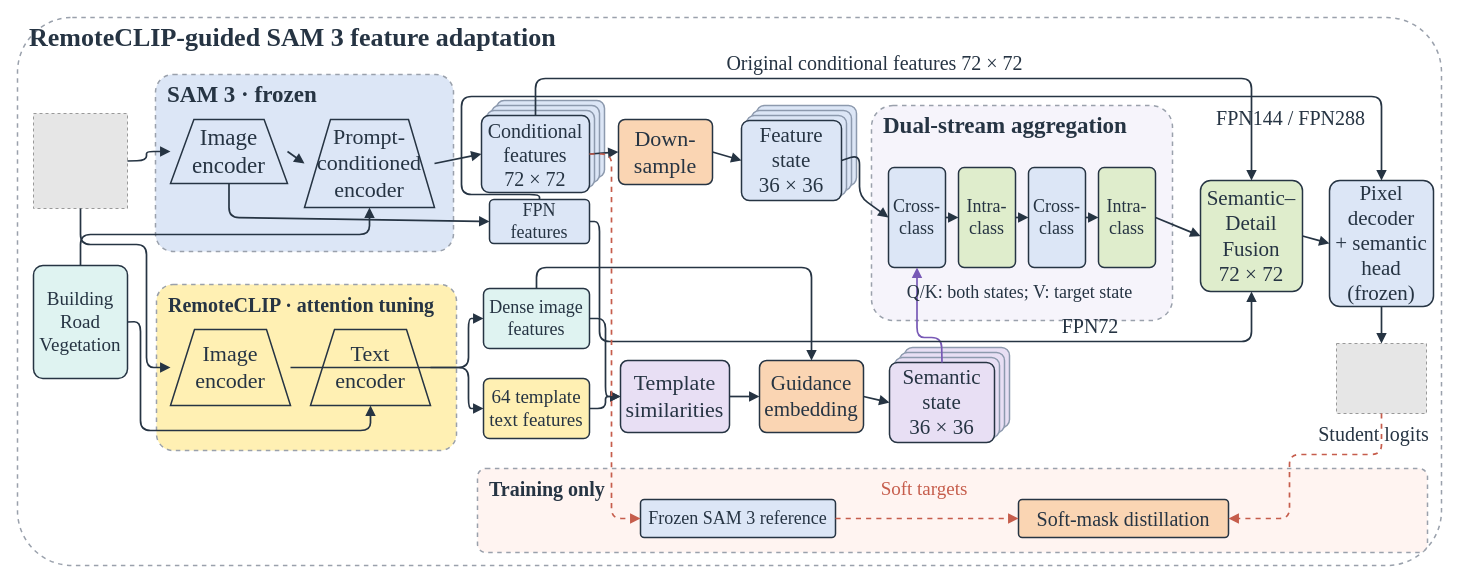
This is paper/figures/src/overview.drawio from jk-jin/ovrs-sam3, a draw.io file, before an edit. Source tidied: cells renumbered, new cells numbered last; positions are measured from the earlier drawing's top-left corner, leaving out a move shared by most shapes. Both pictures are drawn from the tidied source at 100%, with x=0, y=0 at pixel (17, 17). Pictures stored in the file or linked from it are replaced by grey dashed boxes.
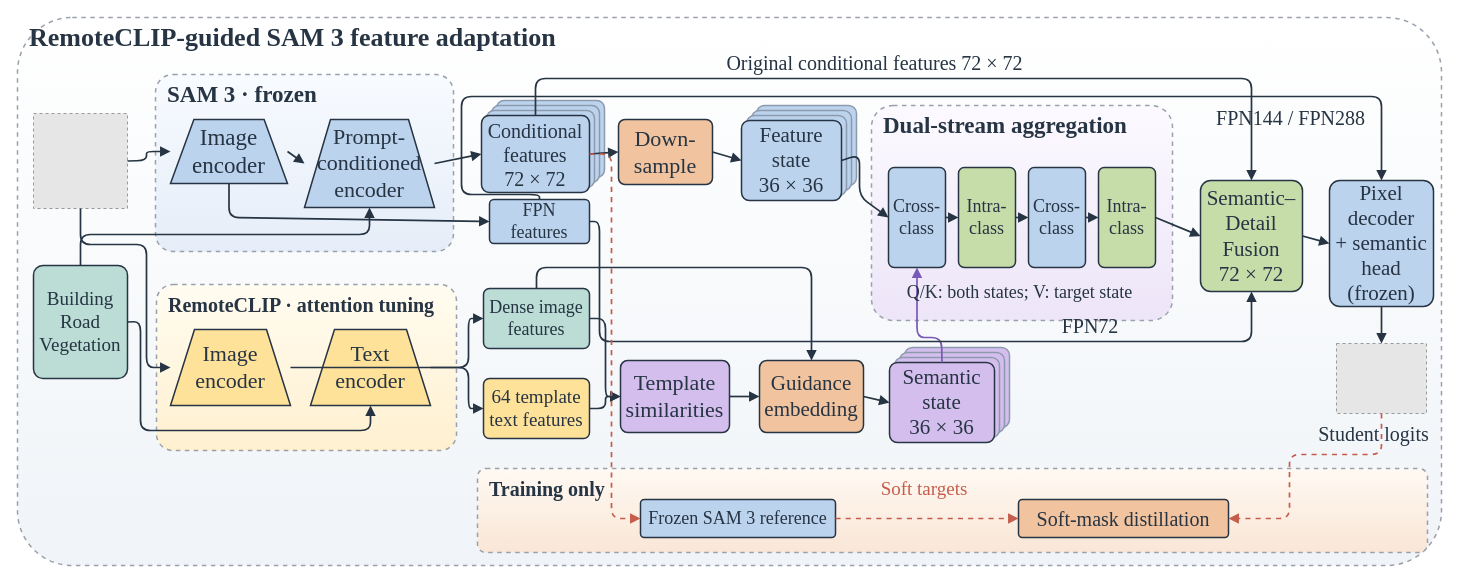
After the change.

The change refers to these unchanged cells:
```xml
<mxCell id="16" style="group;" parent="1" vertex="1">
  <mxGeometry x="464" y="83" width="123" height="92" as="geometry" />
</mxCell>
<mxCell id="25" style="group;" parent="1" vertex="1">
  <mxGeometry x="724" y="88" width="115" height="95" as="geometry" />
</mxCell>
<mxCell id="55" style="group;" parent="1" vertex="1">
  <mxGeometry x="872" y="330" width="120" height="95" as="geometry" />
</mxCell>
```

Diff of the diagram source:
```diff
@@
-    <mxCell id="2" style="rounded=1;arcSize=10;html=0;fillColor=#FFFFFF;strokeColor=#9AA1AC;strokeWidth=1.5;dashed=1;" parent="1" vertex="1">
+    <mxCell id="2" style="rounded=1;arcSize=10;html=0;fillColor=#FFFFFF;strokeColor=#9AA1AC;strokeWidth=1.5;dashed=1;gradientColor=#F0F4F8;gradientDirection=south;" parent="1" vertex="1">
       <mxGeometry width="1424" height="548" as="geometry" />
     </mxCell>
@@
-    <mxCell id="5" style="rounded=1;arcSize=10;html=0;fillColor=#DFF3F1;strokeColor=#263443;strokeWidth=1.5;dashed=0;" parent="1" vertex="1">
+    <mxCell id="5" style="rounded=1;arcSize=10;html=0;fillColor=#BBDDD6;strokeColor=#263443;strokeWidth=1.5;dashed=0;" parent="1" vertex="1">
       <mxGeometry x="16" y="248" width="94" height="113" as="geometry" />
     </mxCell>
@@
-    <mxCell id="7" style="rounded=1;arcSize=10;html=0;fillColor=#DCE6F6;strokeColor=#9AA1AC;strokeWidth=1.5;dashed=1;" parent="1" vertex="1">
+    <mxCell id="7" style="rounded=1;arcSize=10;html=0;fillColor=#F8FBFF;strokeColor=#9AA1AC;strokeWidth=1.5;dashed=1;gradientColor=#E5EDF8;gradientDirection=south;" parent="1" vertex="1">
       <mxGeometry x="138" y="57" width="298" height="177" as="geometry" />
     </mxCell>
@@
-    <mxCell id="9" style="shape=trapezoid;direction=east;html=0;fillColor=#DCE6F6;strokeColor=#263443;strokeWidth=1.5;dashed=0;" parent="1" vertex="1">
+    <mxCell id="9" style="shape=trapezoid;direction=east;html=0;fillColor=#BCD3ED;strokeColor=#263443;strokeWidth=1.5;dashed=0;" parent="1" vertex="1">
       <mxGeometry x="153" y="102" width="117" height="64" as="geometry" />
     </mxCell>
@@
-    <mxCell id="11" style="shape=trapezoid;direction=east;html=0;fillColor=#DCE6F6;strokeColor=#263443;strokeWidth=1.5;dashed=0;" parent="1" vertex="1">
+    <mxCell id="11" style="shape=trapezoid;direction=east;html=0;fillColor=#BCD3ED;strokeColor=#263443;strokeWidth=1.5;dashed=0;" parent="1" vertex="1">
       <mxGeometry x="287" y="102" width="130" height="88" as="geometry" />
     </mxCell>
@@
-    <mxCell id="17" style="rounded=1;arcSize=10;html=0;fillColor=#DCE6F6;strokeColor=#8D9AAE;strokeWidth=1.5;dashed=0;" parent="16" vertex="1">
+    <mxCell id="17" style="rounded=1;arcSize=10;html=0;fillColor=#BCD3ED;strokeColor=#8D9AAE;strokeWidth=1.5;dashed=0;" parent="16" vertex="1">
       <mxGeometry x="15" width="108" height="77" as="geometry" />
     </mxCell>
-    <mxCell id="18" style="rounded=1;arcSize=10;html=0;fillColor=#DCE6F6;strokeColor=#8D9AAE;strokeWidth=1.5;dashed=0;" parent="16" vertex="1">
+    <mxCell id="18" style="rounded=1;arcSize=10;html=0;fillColor=#BCD3ED;strokeColor=#8D9AAE;strokeWidth=1.5;dashed=0;" parent="16" vertex="1">
       <mxGeometry x="10" y="5" width="108" height="77" as="geometry" />
     </mxCell>
-    <mxCell id="19" style="rounded=1;arcSize=10;html=0;fillColor=#DCE6F6;strokeColor=#8D9AAE;strokeWidth=1.5;dashed=0;" parent="16" vertex="1">
+    <mxCell id="19" style="rounded=1;arcSize=10;html=0;fillColor=#BCD3ED;strokeColor=#8D9AAE;strokeWidth=1.5;dashed=0;" parent="16" vertex="1">
       <mxGeometry x="5" y="10" width="108" height="77" as="geometry" />
     </mxCell>
-    <mxCell id="20" style="rounded=1;arcSize=10;html=0;fillColor=#DCE6F6;strokeColor=#263443;strokeWidth=1.5;dashed=0;" parent="16" vertex="1">
+    <mxCell id="20" style="rounded=1;arcSize=10;html=0;fillColor=#BCD3ED;strokeColor=#263443;strokeWidth=1.5;dashed=0;" parent="16" vertex="1">
       <mxGeometry y="15" width="108" height="77" as="geometry" />
     </mxCell>
@@
-    <mxCell id="23" style="rounded=1;arcSize=10;html=0;fillColor=#FAD5B3;strokeColor=#263443;strokeWidth=1.5;dashed=0;" parent="1" vertex="1">
+    <mxCell id="23" style="rounded=1;arcSize=10;html=0;fillColor=#F1C49F;strokeColor=#263443;strokeWidth=1.5;dashed=0;" parent="1" vertex="1">
       <mxGeometry x="601" y="102" width="94" height="65" as="geometry" />
     </mxCell>
@@
-    <mxCell id="26" style="rounded=1;arcSize=10;html=0;fillColor=#DCE6F6;strokeColor=#8D9AAE;strokeWidth=1.5;dashed=0;" parent="25" vertex="1">
+    <mxCell id="26" style="rounded=1;arcSize=10;html=0;fillColor=#BCD3ED;strokeColor=#8D9AAE;strokeWidth=1.5;dashed=0;" parent="25" vertex="1">
       <mxGeometry x="15" width="100" height="80" as="geometry" />
     </mxCell>
-    <mxCell id="27" style="rounded=1;arcSize=10;html=0;fillColor=#DCE6F6;strokeColor=#8D9AAE;strokeWidth=1.5;dashed=0;" parent="25" vertex="1">
+    <mxCell id="27" style="rounded=1;arcSize=10;html=0;fillColor=#BCD3ED;strokeColor=#8D9AAE;strokeWidth=1.5;dashed=0;" parent="25" vertex="1">
       <mxGeometry x="10" y="5" width="100" height="80" as="geometry" />
     </mxCell>
-    <mxCell id="28" style="rounded=1;arcSize=10;html=0;fillColor=#DCE6F6;strokeColor=#8D9AAE;strokeWidth=1.5;dashed=0;" parent="25" vertex="1">
+    <mxCell id="28" style="rounded=1;arcSize=10;html=0;fillColor=#BCD3ED;strokeColor=#8D9AAE;strokeWidth=1.5;dashed=0;" parent="25" vertex="1">
       <mxGeometry x="5" y="10" width="100" height="80" as="geometry" />
     </mxCell>
-    <mxCell id="29" style="rounded=1;arcSize=10;html=0;fillColor=#DCE6F6;strokeColor=#263443;strokeWidth=1.5;dashed=0;" parent="25" vertex="1">
+    <mxCell id="29" style="rounded=1;arcSize=10;html=0;fillColor=#BCD3ED;strokeColor=#263443;strokeWidth=1.5;dashed=0;" parent="25" vertex="1">
       <mxGeometry y="15" width="100" height="80" as="geometry" />
     </mxCell>
@@
-    <mxCell id="33" style="rounded=1;arcSize=10;html=0;fillColor=#FFF0B3;strokeColor=#9AA1AC;strokeWidth=1.5;dashed=1;" parent="1" vertex="1">
+    <mxCell id="33" style="rounded=1;arcSize=10;html=0;fillColor=#FFFCF1;strokeColor=#9AA1AC;strokeWidth=1.5;dashed=1;gradientColor=#FFF0CF;gradientDirection=south;" parent="1" vertex="1">
       <mxGeometry x="139" y="267" width="300" height="166" as="geometry" />
     </mxCell>
@@
-    <mxCell id="35" style="shape=trapezoid;direction=east;html=0;fillColor=#FFF0B3;strokeColor=#263443;strokeWidth=1.5;dashed=0;" parent="1" vertex="1">
+    <mxCell id="35" style="shape=trapezoid;direction=east;html=0;fillColor=#FFE29A;strokeColor=#263443;strokeWidth=1.5;dashed=0;" parent="1" vertex="1">
       <mxGeometry x="153" y="312" width="120" height="76" as="geometry" />
     </mxCell>
@@
-    <mxCell id="37" style="shape=trapezoid;direction=east;html=0;fillColor=#FFF0B3;strokeColor=#263443;strokeWidth=1.5;dashed=0;" parent="1" vertex="1">
+    <mxCell id="37" style="shape=trapezoid;direction=east;html=0;fillColor=#FFE29A;strokeColor=#263443;strokeWidth=1.5;dashed=0;" parent="1" vertex="1">
       <mxGeometry x="293" y="312" width="120" height="76" as="geometry" />
     </mxCell>
@@
-    <mxCell id="41" style="rounded=1;arcSize=10;html=0;fillColor=#DFF3F1;strokeColor=#263443;strokeWidth=1.5;dashed=0;" parent="1" vertex="1">
+    <mxCell id="41" style="rounded=1;arcSize=10;html=0;fillColor=#BBDDD6;strokeColor=#263443;strokeWidth=1.5;dashed=0;" parent="1" vertex="1">
       <mxGeometry x="466" y="271" width="106" height="60" as="geometry" />
     </mxCell>
@@
-    <mxCell id="43" style="rounded=1;arcSize=10;html=0;fillColor=#FFF0B3;strokeColor=#263443;strokeWidth=1.5;dashed=0;" parent="1" vertex="1">
+    <mxCell id="43" style="rounded=1;arcSize=10;html=0;fillColor=#FFE29A;strokeColor=#263443;strokeWidth=1.5;dashed=0;" parent="1" vertex="1">
       <mxGeometry x="466" y="361" width="106" height="60" as="geometry" />
     </mxCell>
@@
-    <mxCell id="47" style="rounded=1;arcSize=10;html=0;fillColor=#E8DFF4;strokeColor=#263443;strokeWidth=1.5;dashed=0;" parent="1" vertex="1">
+    <mxCell id="47" style="rounded=1;arcSize=10;html=0;fillColor=#D4BEED;strokeColor=#263443;strokeWidth=1.5;dashed=0;" parent="1" vertex="1">
       <mxGeometry x="603" y="343" width="109" height="72" as="geometry" />
     </mxCell>
@@
-    <mxCell id="49" style="rounded=1;arcSize=10;html=0;fillColor=#FAD5B3;strokeColor=#263443;strokeWidth=1.5;dashed=0;" parent="1" vertex="1">
+    <mxCell id="49" style="rounded=1;arcSize=10;html=0;fillColor=#F1C49F;strokeColor=#263443;strokeWidth=1.5;dashed=0;" parent="1" vertex="1">
       <mxGeometry x="742" y="343" width="104" height="72" as="geometry" />
     </mxCell>
@@
-    <mxCell id="56" style="rounded=1;arcSize=10;html=0;fillColor=#E8DFF4;strokeColor=#8D9AAE;strokeWidth=1.5;dashed=0;" parent="55" vertex="1">
+    <mxCell id="56" style="rounded=1;arcSize=10;html=0;fillColor=#D4BEED;strokeColor=#8D9AAE;strokeWidth=1.5;dashed=0;" parent="55" vertex="1">
       <mxGeometry x="15" width="105" height="80" as="geometry" />
     </mxCell>
-    <mxCell id="57" style="rounded=1;arcSize=10;html=0;fillColor=#E8DFF4;strokeColor=#8D9AAE;strokeWidth=1.5;dashed=0;" parent="55" vertex="1">
+    <mxCell id="57" style="rounded=1;arcSize=10;html=0;fillColor=#D4BEED;strokeColor=#8D9AAE;strokeWidth=1.5;dashed=0;" parent="55" vertex="1">
       <mxGeometry x="10" y="5" width="105" height="80" as="geometry" />
     </mxCell>
-    <mxCell id="58" style="rounded=1;arcSize=10;html=0;fillColor=#E8DFF4;strokeColor=#8D9AAE;strokeWidth=1.5;dashed=0;" parent="55" vertex="1">
+    <mxCell id="58" style="rounded=1;arcSize=10;html=0;fillColor=#D4BEED;strokeColor=#8D9AAE;strokeWidth=1.5;dashed=0;" parent="55" vertex="1">
       <mxGeometry x="5" y="10" width="105" height="80" as="geometry" />
     </mxCell>
-    <mxCell id="59" style="rounded=1;arcSize=10;html=0;fillColor=#E8DFF4;strokeColor=#263443;strokeWidth=1.5;dashed=0;" parent="55" vertex="1">
+    <mxCell id="59" style="rounded=1;arcSize=10;html=0;fillColor=#D4BEED;strokeColor=#263443;strokeWidth=1.5;dashed=0;" parent="55" vertex="1">
       <mxGeometry y="15" width="105" height="80" as="geometry" />
     </mxCell>
@@
-    <mxCell id="62" style="rounded=1;arcSize=10;html=0;fillColor=#F6F4FB;strokeColor=#9AA1AC;strokeWidth=1.5;dashed=1;" parent="1" vertex="1">
+    <mxCell id="62" style="rounded=1;arcSize=10;html=0;fillColor=#FCFAFF;strokeColor=#9AA1AC;strokeWidth=1.5;dashed=1;gradientColor=#EDE5F8;gradientDirection=south;" parent="1" vertex="1">
       <mxGeometry x="854" y="88" width="301" height="215" as="geometry" />
     </mxCell>
@@
-    <mxCell id="64" style="rounded=1;arcSize=10;html=0;fillColor=#DCE6F6;strokeColor=#263443;strokeWidth=1.5;dashed=0;" parent="1" vertex="1">
+    <mxCell id="64" style="rounded=1;arcSize=10;html=0;fillColor=#BCD3ED;strokeColor=#263443;strokeWidth=1.5;dashed=0;" parent="1" vertex="1">
       <mxGeometry x="871" y="150" width="57" height="100" as="geometry" />
     </mxCell>
@@
-    <mxCell id="66" style="rounded=1;arcSize=10;html=0;fillColor=#DFEDCC;strokeColor=#263443;strokeWidth=1.5;dashed=0;" parent="1" vertex="1">
+    <mxCell id="66" style="rounded=1;arcSize=10;html=0;fillColor=#C6DCA9;strokeColor=#263443;strokeWidth=1.5;dashed=0;" parent="1" vertex="1">
       <mxGeometry x="941" y="150" width="57" height="100" as="geometry" />
     </mxCell>
@@
-    <mxCell id="68" style="rounded=1;arcSize=10;html=0;fillColor=#DCE6F6;strokeColor=#263443;strokeWidth=1.5;dashed=0;" parent="1" vertex="1">
+    <mxCell id="68" style="rounded=1;arcSize=10;html=0;fillColor=#BCD3ED;strokeColor=#263443;strokeWidth=1.5;dashed=0;" parent="1" vertex="1">
       <mxGeometry x="1011" y="150" width="57" height="100" as="geometry" />
     </mxCell>
@@
-    <mxCell id="70" style="rounded=1;arcSize=10;html=0;fillColor=#DFEDCC;strokeColor=#263443;strokeWidth=1.5;dashed=0;" parent="1" vertex="1">
+    <mxCell id="70" style="rounded=1;arcSize=10;html=0;fillColor=#C6DCA9;strokeColor=#263443;strokeWidth=1.5;dashed=0;" parent="1" vertex="1">
       <mxGeometry x="1081" y="150" width="57" height="100" as="geometry" />
     </mxCell>
@@
-    <mxCell id="78" style="rounded=1;arcSize=10;html=0;fillColor=#DFEDCC;strokeColor=#263443;strokeWidth=1.5;dashed=0;" parent="1" vertex="1">
+    <mxCell id="78" style="rounded=1;arcSize=10;html=0;fillColor=#C6DCA9;strokeColor=#263443;strokeWidth=1.5;dashed=0;" parent="1" vertex="1">
       <mxGeometry x="1183" y="163" width="102" height="111" as="geometry" />
     </mxCell>
@@
-    <mxCell id="80" style="rounded=1;arcSize=10;html=0;fillColor=#DCE6F6;strokeColor=#263443;strokeWidth=1.5;dashed=0;" parent="1" vertex="1">
+    <mxCell id="80" style="rounded=1;arcSize=10;html=0;fillColor=#BCD3ED;strokeColor=#263443;strokeWidth=1.5;dashed=0;" parent="1" vertex="1">
       <mxGeometry x="1312" y="163" width="104" height="126" as="geometry" />
     </mxCell>
@@
-    <mxCell id="86" style="rounded=1;arcSize=10;html=0;fillColor=#DCE6F6;strokeColor=#263443;strokeWidth=1.5;dashed=0;" parent="1" vertex="1">
+    <mxCell id="86" style="rounded=1;arcSize=10;html=0;fillColor=#BCD3ED;strokeColor=#263443;strokeWidth=1.5;dashed=0;" parent="1" vertex="1">
       <mxGeometry x="472" y="182" width="100" height="44" as="geometry" />
     </mxCell>
@@
-    <mxCell id="96" style="rounded=1;arcSize=10;html=0;fillColor=#FFF4F1;strokeColor=#9AA1AC;strokeWidth=1.5;dashed=1;" parent="1" vertex="1">
+    <mxCell id="96" style="rounded=1;arcSize=10;html=0;fillColor=#FFF9F3;strokeColor=#9AA1AC;strokeWidth=1.5;dashed=1;gradientColor=#F9E6D6;gradientDirection=south;" parent="1" vertex="1">
       <mxGeometry x="460" y="451" width="950" height="84" as="geometry" />
     </mxCell>
@@
-    <mxCell id="98" style="rounded=1;arcSize=10;html=0;fillColor=#DCE6F6;strokeColor=#263443;strokeWidth=1.5;dashed=0;" parent="1" vertex="1">
+    <mxCell id="98" style="rounded=1;arcSize=10;html=0;fillColor=#BCD3ED;strokeColor=#263443;strokeWidth=1.5;dashed=0;" parent="1" vertex="1">
       <mxGeometry x="623" y="482" width="195" height="38" as="geometry" />
     </mxCell>
@@
-    <mxCell id="100" style="rounded=1;arcSize=10;html=0;fillColor=#FAD5B3;strokeColor=#263443;strokeWidth=1.5;dashed=0;" parent="1" vertex="1">
+    <mxCell id="100" style="rounded=1;arcSize=10;html=0;fillColor=#F1C49F;strokeColor=#263443;strokeWidth=1.5;dashed=0;" parent="1" vertex="1">
       <mxGeometry x="1001" y="482" width="210" height="38" as="geometry" />
     </mxCell>
```
